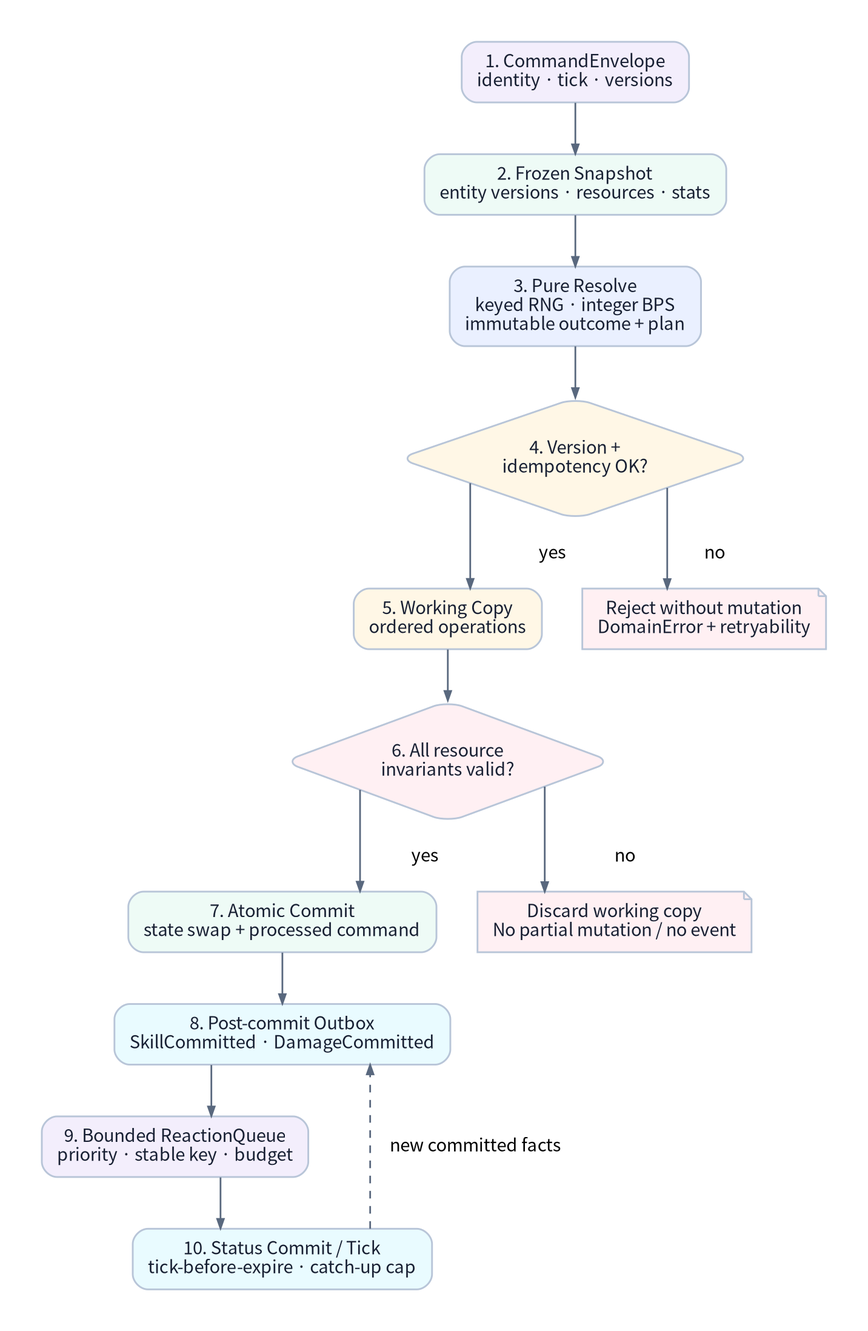
This is assets/diagrams/40_resolve_commit_reaction_sequence.png from JY-LemongO/game-system-framework-knowledge-site, a Graphviz export, as it was before one commit. Its source is kept beside it as source/diagrams/40_resolve_commit_reaction_sequence.dot. Its diagram source:
```dot
digraph G {
  graph [fontname="Noto Sans CJK KR", bgcolor="#ffffff", margin=0.12, pad=0.34, ranksep=0.55, nodesep=0.45, splines=ortho];
  node [fontname="Noto Sans CJK KR", shape=box, style="rounded,filled", color="#b8c5d8", penwidth=1.4, fillcolor="#ffffff", fontcolor="#182033", margin="0.17,0.12"];
  edge [fontname="Noto Sans CJK KR", color="#59687e", arrowsize=0.75, penwidth=1.35];
  rankdir=TB;

  Command [fillcolor="#f3eefc", label="1. CommandEnvelope\nidentity · tick · versions"];
  Snapshot [fillcolor="#eefbf6", label="2. Frozen Snapshot\nentity versions · resources · stats"];
  Resolve [fillcolor="#eaf0ff", label="3. Pure Resolve\nkeyed RNG · integer BPS\nimmutable outcome + plan"];
  Preconditions [shape=diamond, fillcolor="#fff7e6", label="4. Version +\nidempotency OK?"];
  Working [fillcolor="#fff7e6", label="5. Working Copy\nordered operations"];
  Validate [shape=diamond, fillcolor="#fff0f3", label="6. All resource\ninvariants valid?"];
  Commit [fillcolor="#eefbf6", label="7. Atomic Commit\nstate swap + processed command"];
  Outbox [fillcolor="#e9fbff", label="8. Post-commit Outbox\nSkillCommitted · DamageCommitted"];
  Queue [fillcolor="#f3eefc", label="9. Bounded ReactionQueue\npriority · stable key · budget"];
  Status [fillcolor="#e9fbff", label="10. Status Commit / Tick\ntick-before-expire · catch-up cap"];
  Reject [shape=note, fillcolor="#fff0f3", label="Reject without mutation\nDomainError + retryability"];
  Rollback [shape=note, fillcolor="#fff0f3", label="Discard working copy\nNo partial mutation / no event"];

  Command -> Snapshot -> Resolve -> Preconditions;
  Preconditions -> Working [label="yes"];
  Preconditions -> Reject [label="no"];
  Working -> Validate;
  Validate -> Commit [label="yes"];
  Validate -> Rollback [label="no"];
  Commit -> Outbox -> Queue -> Status;
  Status -> Outbox [style=dashed, label="new committed facts"];
}
```
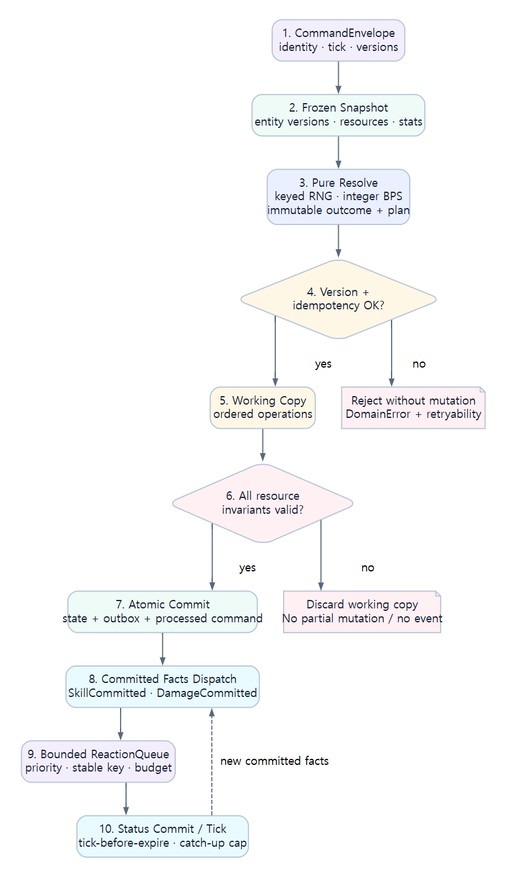
Above is the later version.

The edit, as a diff of the source:
```diff
@@ -10,8 +10,8 @@
   Preconditions [shape=diamond, fillcolor="#fff7e6", label="4. Version +\nidempotency OK?"];
   Working [fillcolor="#fff7e6", label="5. Working Copy\nordered operations"];
   Validate [shape=diamond, fillcolor="#fff0f3", label="6. All resource\ninvariants valid?"];
-  Commit [fillcolor="#eefbf6", label="7. Atomic Commit\nstate swap + processed command"];
-  Outbox [fillcolor="#e9fbff", label="8. Post-commit Outbox\nSkillCommitted · DamageCommitted"];
+  Commit [fillcolor="#eefbf6", label="7. Atomic Commit\nstate + outbox + processed command"];
+  Outbox [fillcolor="#e9fbff", label="8. Committed Facts Dispatch\nSkillCommitted · DamageCommitted"];
   Queue [fillcolor="#f3eefc", label="9. Bounded ReactionQueue\npriority · stable key · budget"];
   Status [fillcolor="#e9fbff", label="10. Status Commit / Tick\ntick-before-expire · catch-up cap"];
   Reject [shape=note, fillcolor="#fff0f3", label="Reject without mutation\nDomainError + retryability"];
```
